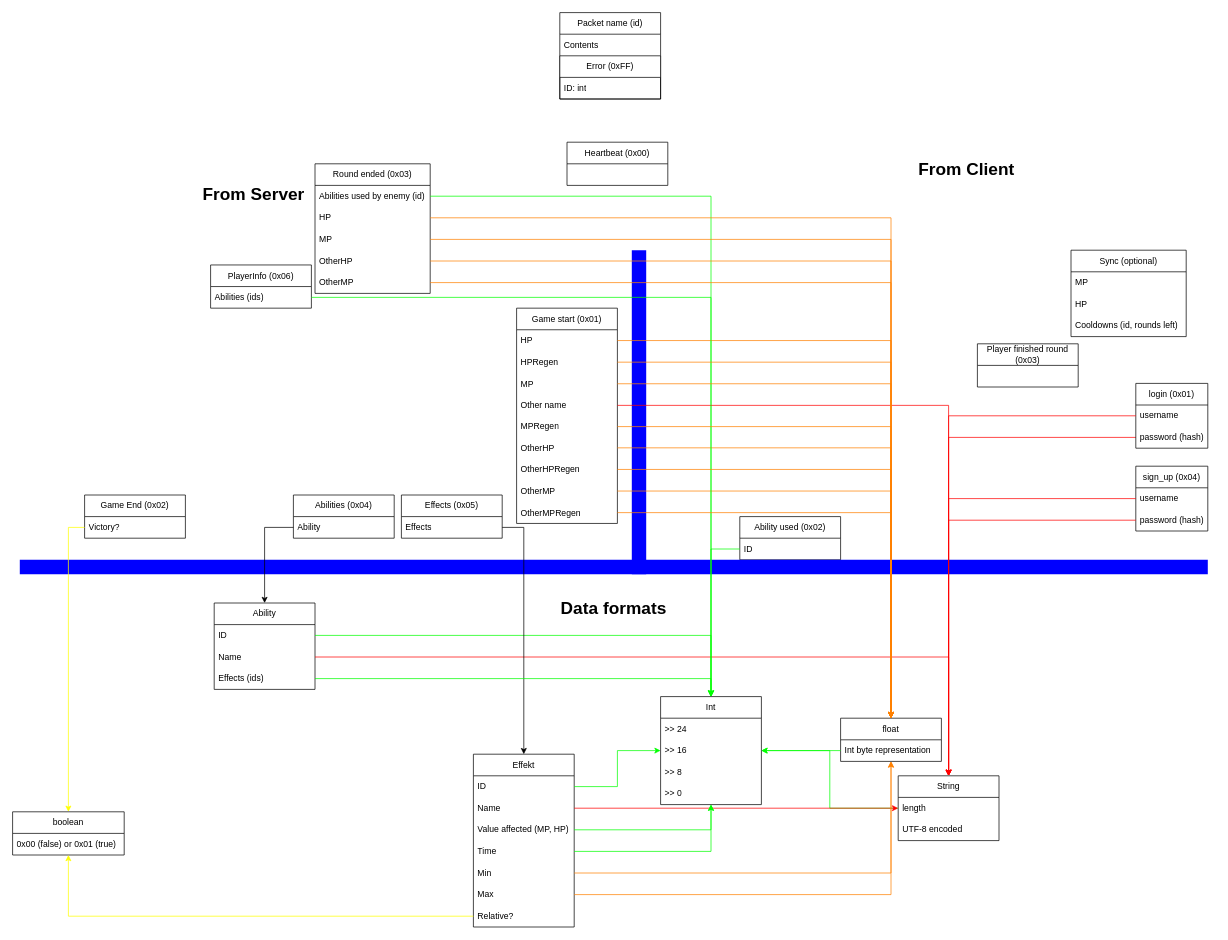
Above: src/Network/Packets.drawio in Schatten2021/informatik_project_game (draw.io), before the change. Source tidied: cells renumbered, new cells numbered last; positions are measured from the earlier drawing's top-left corner, leaving out a move shared by most shapes. Both pictures are drawn from the tidied source at 72%, with x=0, y=0 at pixel (12, 12).
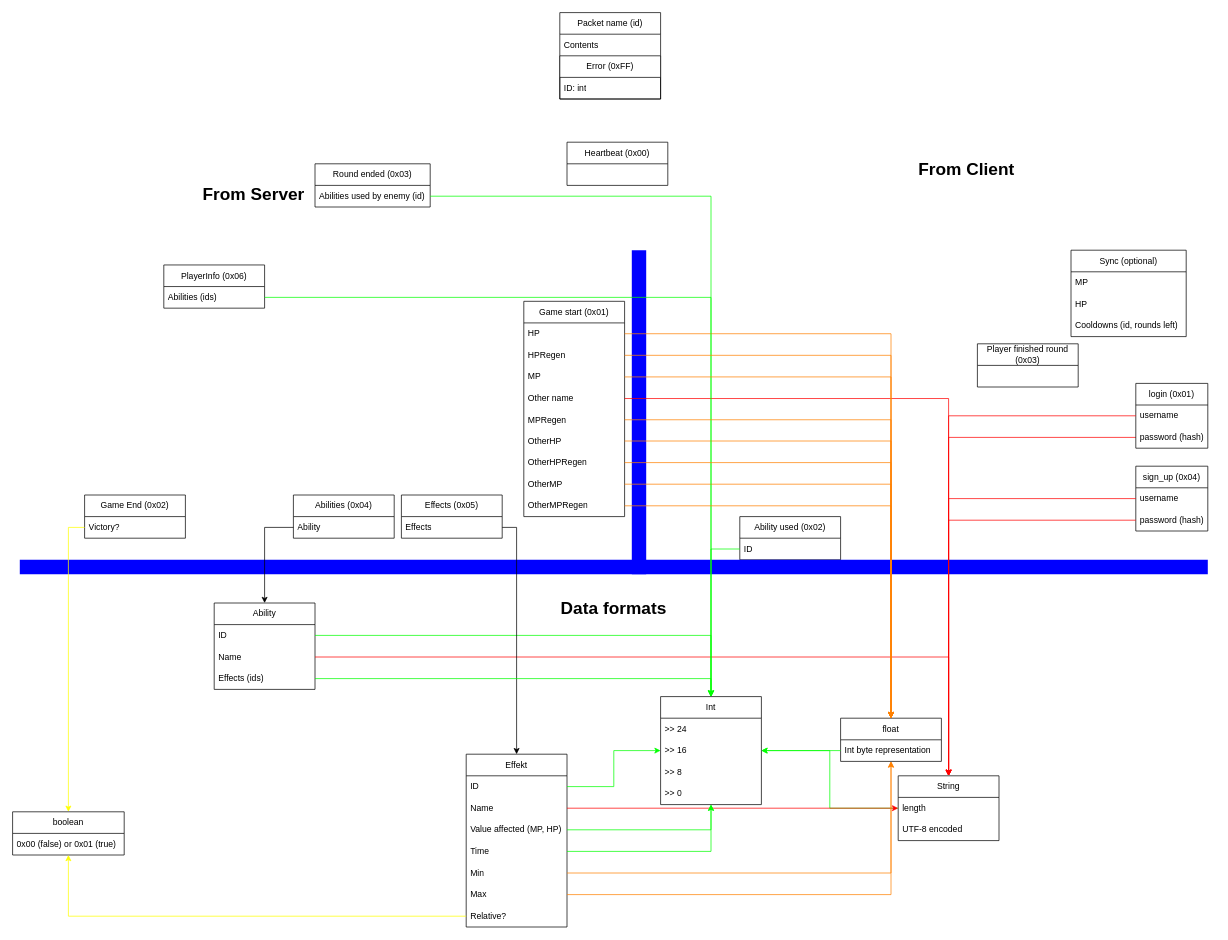
Above is the later version.

The change refers to these unchanged cells:
```xml
<mxCell id="61" value="float" style="swimlane;fontStyle=0;horizontal=1;startSize=30;whiteSpace=wrap;html=1;" parent="1" vertex="1">
  <mxGeometry x="1150" y="980" width="140" height="60" as="geometry" />
</mxCell>
```

Change to the diagram source:
```diff
@@
     <mxCell id="11" value="Round ended (0x03)" style="swimlane;fontStyle=0;horizontal=1;startSize=30;whiteSpace=wrap;html=1;" parent="1" vertex="1">
-      <mxGeometry x="420" y="210" width="160" height="180" as="geometry" />
+      <mxGeometry x="420" y="210" width="160" height="60" as="geometry" />
     </mxCell>
@@
-    <mxCell id="13" value="HP" style="text;strokeColor=none;fillColor=none;align=left;verticalAlign=middle;spacingLeft=4;spacingRight=4;overflow=hidden;points=[[0,0.5],[1,0.5]];portConstraint=eastwest;whiteSpace=wrap;html=1;" parent="11" vertex="1">
-      <mxGeometry y="60" width="160" height="30" as="geometry" />
-    </mxCell>
-    <mxCell id="14" value="MP" style="text;strokeColor=none;fillColor=none;align=left;verticalAlign=middle;spacingLeft=4;spacingRight=4;overflow=hidden;points=[[0,0.5],[1,0.5]];portConstraint=eastwest;whiteSpace=wrap;html=1;" parent="11" vertex="1">
-      <mxGeometry y="90" width="160" height="30" as="geometry" />
-    </mxCell>
-    <mxCell id="15" value="OtherHP" style="text;strokeColor=none;fillColor=none;align=left;verticalAlign=middle;spacingLeft=4;spacingRight=4;overflow=hidden;points=[[0,0.5],[1,0.5]];portConstraint=eastwest;whiteSpace=wrap;html=1;" parent="11" vertex="1">
-      <mxGeometry y="120" width="160" height="30" as="geometry" />
-    </mxCell>
-    <mxCell id="16" value="OtherMP" style="text;strokeColor=none;fillColor=none;align=left;verticalAlign=middle;spacingLeft=4;spacingRight=4;overflow=hidden;points=[[0,0.5],[1,0.5]];portConstraint=eastwest;whiteSpace=wrap;html=1;" parent="11" vertex="1">
-      <mxGeometry y="150" width="160" height="30" as="geometry" />
-    </mxCell>
@@
     <mxCell id="23" value="Game start (0x01)" style="swimlane;fontStyle=0;horizontal=1;startSize=30;whiteSpace=wrap;html=1;" parent="1" vertex="1">
-      <mxGeometry x="700" y="410.5" width="140" height="299" as="geometry" />
+      <mxGeometry x="710" y="401" width="140" height="299" as="geometry" />
     </mxCell>
@@
     <mxCell id="37" value="Effekt" style="swimlane;fontStyle=0;horizontal=1;startSize=30;whiteSpace=wrap;html=1;" parent="1" vertex="1">
-      <mxGeometry x="640" y="1030" width="140" height="240" as="geometry" />
+      <mxGeometry x="630" y="1030" width="140" height="240" as="geometry" />
     </mxCell>
@@
     <mxCell id="96" value="PlayerInfo (0x06)" style="swimlane;fontStyle=0;horizontal=1;startSize=30;whiteSpace=wrap;html=1;" parent="1" vertex="1">
-      <mxGeometry x="275" y="350.5" width="140" height="60" as="geometry" />
+      <mxGeometry x="210" y="350.5" width="140" height="60" as="geometry" />
     </mxCell>
@@
-    <mxCell id="102" style="edgeStyle=orthogonalEdgeStyle;rounded=0;jettySize=auto;html=1;strokeColor=#FF8000;" parent="1" edge="1" source="15" target="61">
-      <mxGeometry relative="1" as="geometry" />
-    </mxCell>
-    <mxCell id="103" style="edgeStyle=orthogonalEdgeStyle;rounded=0;jettySize=auto;html=1;strokeColor=#FF8000;" parent="1" edge="1" source="16" target="61">
-      <mxGeometry relative="1" as="geometry" />
-    </mxCell>
-    <mxCell id="104" style="edgeStyle=orthogonalEdgeStyle;rounded=0;jettySize=auto;html=1;strokeColor=#FF8000;" parent="1" edge="1" source="14" target="61">
-      <mxGeometry relative="1" as="geometry" />
-    </mxCell>
-    <mxCell id="105" style="edgeStyle=orthogonalEdgeStyle;rounded=0;jettySize=auto;html=1;strokeColor=#FF8000;" parent="1" edge="1" source="13" target="61">
-      <mxGeometry relative="1" as="geometry" />
-    </mxCell>
```
